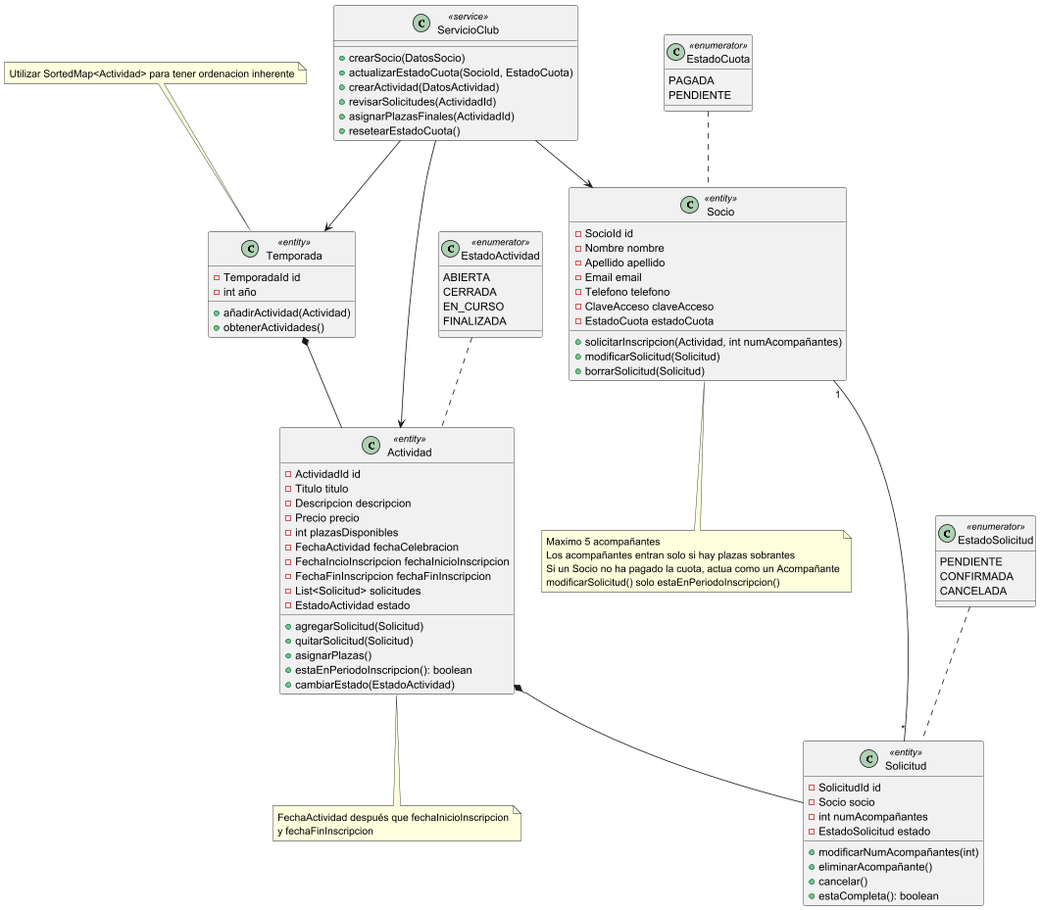
Before: images/diagrama.png, a diagram exported from PlantUML (Pedrotc02/DAE2024-25).
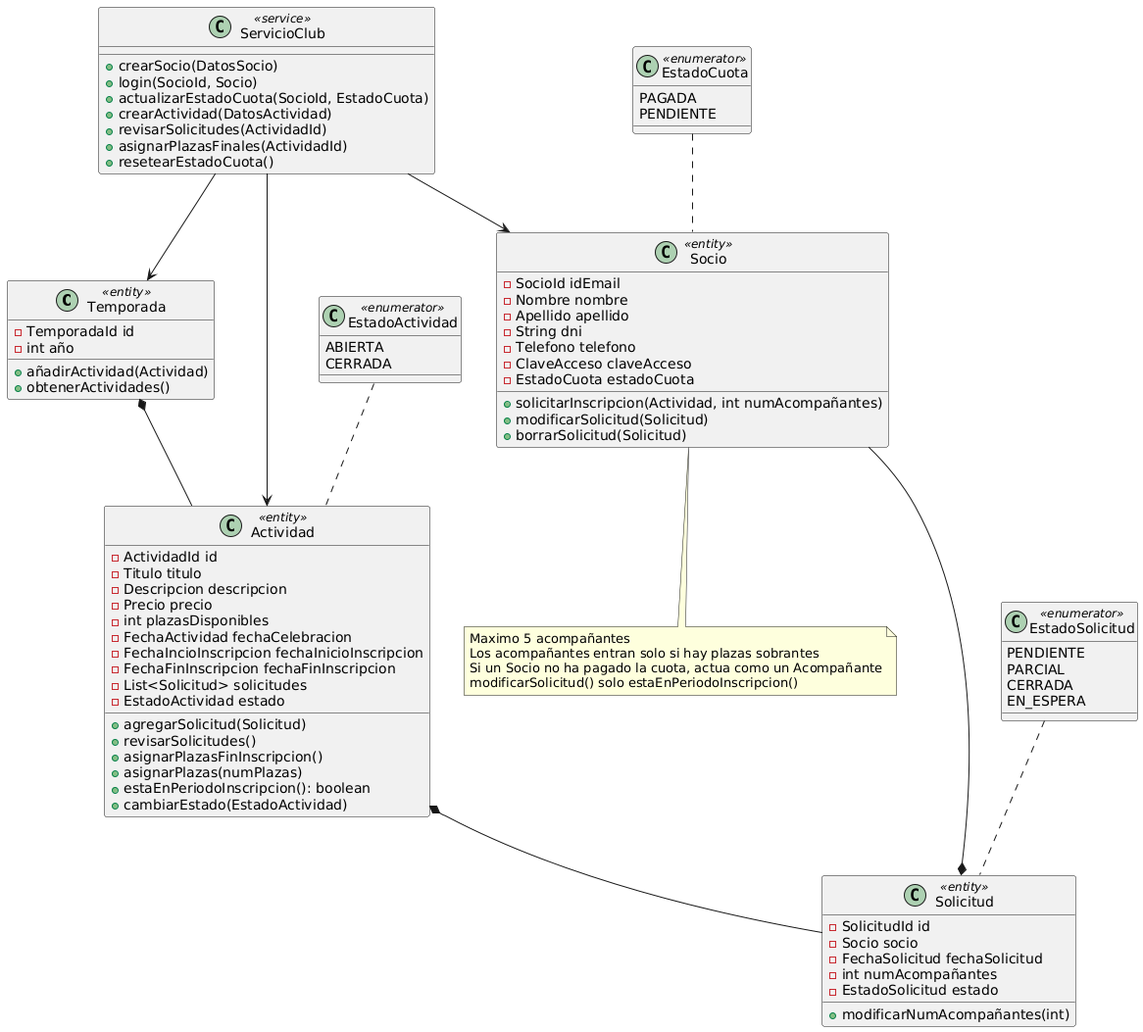
Above is the later version.

Commit message:
Diagrama retocado

Change to the diagram source:
```diff
@@ -6,14 +6,11 @@
     +obtenerActividades()
 }
 
-note "Utilizar SortedMap<Actividad> para tener ordenacion inherente" as N3
-N3 .. Temporada
-
 class Socio <<entity>> {
-    -SocioId id
+    -SocioId idEmail
     -Nombre nombre
     -Apellido apellido
-    -Email email
+    -String dni
     -Telefono telefono
     -ClaveAcceso claveAcceso
     -EstadoCuota estadoCuota
@@ -37,28 +34,25 @@
     -List<Solicitud> solicitudes
     -EstadoActividad estado
     +agregarSolicitud(Solicitud)
-    +quitarSolicitud(Solicitud)
-    +asignarPlazas()
+    +revisarSolicitudes()
+    +asignarPlazasFinInscripcion()
+    +asignarPlazas(numPlazas)
     +estaEnPeriodoInscripcion(): boolean
     +cambiarEstado(EstadoActividad)
 }
 
-note "FechaActividad después que fechaInicioInscripcion\ny fechaFinInscripcion" as N1
-Actividad .. N1
-
 class Solicitud <<entity>> {
     -SolicitudId id
     -Socio socio
+    -FechaSolicitud fechaSolicitud
     -int numAcompañantes
     -EstadoSolicitud estado
     +modificarNumAcompañantes(int)
-    +eliminarAcompañante()
-    +cancelar()
-    +estaCompleta(): boolean
 }
 
 class ServicioClub <<service>> {
     +crearSocio(DatosSocio)
+    +login(SocioId, Socio)
     +actualizarEstadoCuota(SocioId, EstadoCuota)
     +crearActividad(DatosActividad)
     +revisarSolicitudes(ActividadId)
@@ -69,8 +63,6 @@
 class EstadoActividad <<enumerator>> {
     ABIERTA
     CERRADA
-    EN_CURSO
-    FINALIZADA
 }
 
 class EstadoCuota <<enumerator>> {
@@ -80,18 +72,18 @@
 
 class EstadoSolicitud <<enumerator>> {
     PENDIENTE
-    CONFIRMADA
-    CANCELADA
+    PARCIAL
+    CERRADA
+    EN_ESPERA
 }
 
 Temporada  *-- Actividad
 Actividad *-- Solicitud
-Socio "1" -- "*" Solicitud
+Socio --* Solicitud
 EstadoCuota .. Socio
 EstadoSolicitud .. Solicitud
 EstadoActividad .. Actividad
 ServicioClub --> Actividad
 ServicioClub --> Temporada
 ServicioClub --> Socio
-
 @enduml
```
